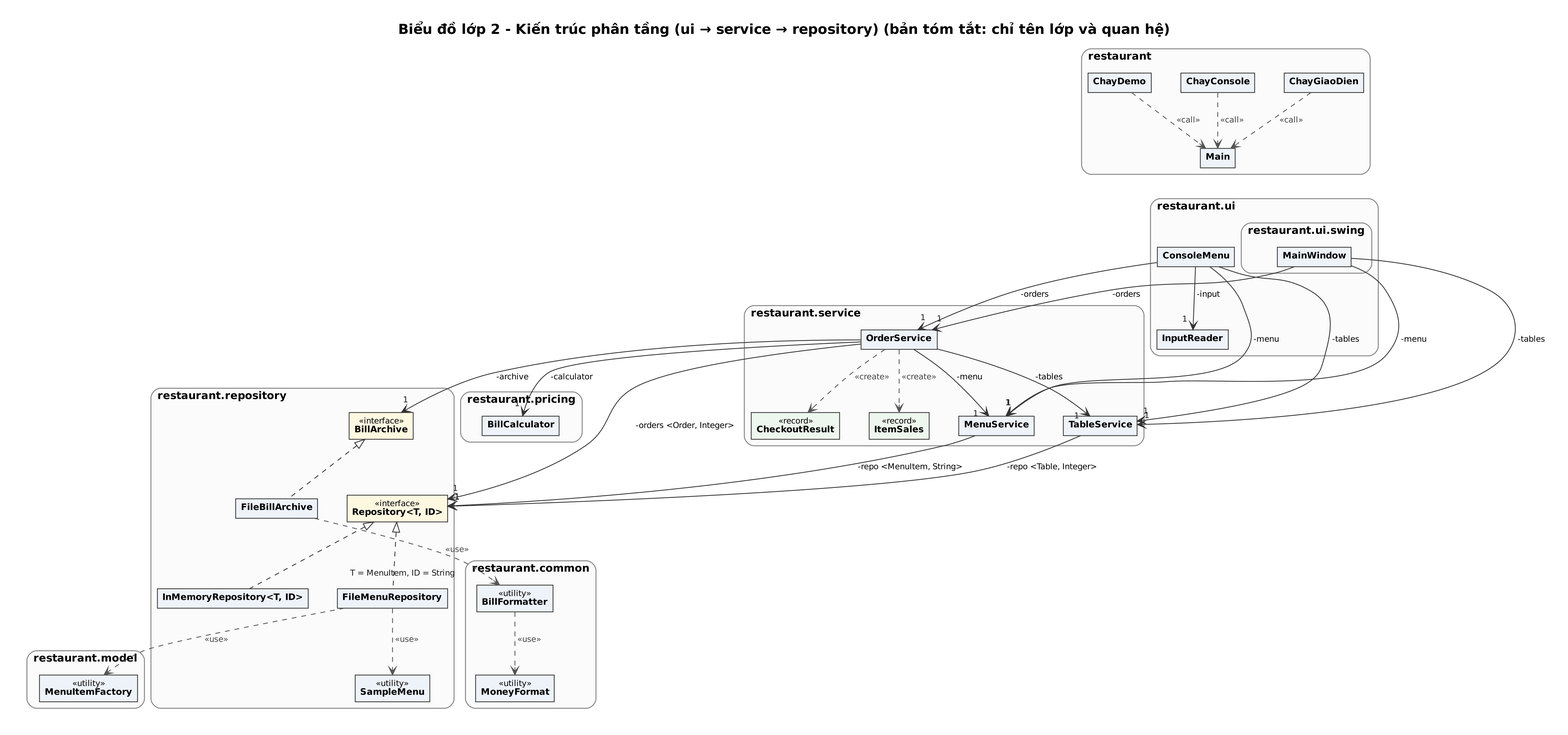
Before: docs/uml/2-lop-kien-truc-tom-tat.png, a diagram exported from Graphviz (ducanhdhtb06-hub/btl-oop-). Its source is kept beside it as docs/uml/2-lop-kien-truc-tom-tat.dot. The source it was exported from:
```dot
digraph UML {
  graph [fontname="DejaVu Sans", fontsize=17, label=<<B>Biểu đồ lớp 2 - Kiến trúc phân tầng (ui → service → repository) (bản tóm tắt: chỉ tên lớp và quan hệ)</B>>, labelloc=t, labeljust=c,
         rankdir=TB, nodesep=0.5, ranksep=0.8, newrank=true, pad=0.35, bgcolor=white];
  node [shape=plain, fontname="DejaVu Sans", fontsize=11];
  edge [fontname="DejaVu Sans", fontsize=10, color="#333333", arrowsize=0.95, labelfontsize=10, labelfontcolor="#1a1a1a"];
  subgraph cluster_pricing {
    label=<<B>restaurant.pricing</B>>; labeljust=l; fontsize=13; style="rounded"; color="#8a8a8a"; bgcolor="#fbfbfb"; penwidth=1.2;
    c_BillCalculator [label=<<TABLE BORDER="1" CELLBORDER="0" CELLSPACING="0" COLOR="#3a3a3a" BGCOLOR="#eef3fa"><TR><TD ALIGN="CENTER" CELLPADDING="5"><B>BillCalculator</B></TD></TR></TABLE>>];
  }
  subgraph cluster_repository {
    label=<<B>restaurant.repository</B>>; labeljust=l; fontsize=13; style="rounded"; color="#8a8a8a"; bgcolor="#fbfbfb"; penwidth=1.2;
    c_Repository [label=<<TABLE BORDER="1" CELLBORDER="0" CELLSPACING="0" COLOR="#3a3a3a" BGCOLOR="#fff8e1"><TR><TD ALIGN="CENTER" CELLPADDING="5"><FONT POINT-SIZE="10">«interface»</FONT><BR/><B>Repository&lt;T, ID&gt;</B></TD></TR></TABLE>>];
    c_InMemoryRepository [label=<<TABLE BORDER="1" CELLBORDER="0" CELLSPACING="0" COLOR="#3a3a3a" BGCOLOR="#eef3fa"><TR><TD ALIGN="CENTER" CELLPADDING="5"><B>InMemoryRepository&lt;T, ID&gt;</B></TD></TR></TABLE>>];
    c_FileMenuRepository [label=<<TABLE BORDER="1" CELLBORDER="0" CELLSPACING="0" COLOR="#3a3a3a" BGCOLOR="#eef3fa"><TR><TD ALIGN="CENTER" CELLPADDING="5"><B>FileMenuRepository</B></TD></TR></TABLE>>];
    c_SampleMenu [label=<<TABLE BORDER="1" CELLBORDER="0" CELLSPACING="0" COLOR="#3a3a3a" BGCOLOR="#eef3fa"><TR><TD ALIGN="CENTER" CELLPADDING="5"><FONT POINT-SIZE="10">«utility»</FONT><BR/><B>SampleMenu</B></TD></TR></TABLE>>];
    c_BillArchive [label=<<TABLE BORDER="1" CELLBORDER="0" CELLSPACING="0" COLOR="#3a3a3a" BGCOLOR="#fff8e1"><TR><TD ALIGN="CENTER" CELLPADDING="5"><FONT POINT-SIZE="10">«interface»</FONT><BR/><B>BillArchive</B></TD></TR></TABLE>>];
    c_FileBillArchive [label=<<TABLE BORDER="1" CELLBORDER="0" CELLSPACING="0" COLOR="#3a3a3a" BGCOLOR="#eef3fa"><TR><TD ALIGN="CENTER" CELLPADDING="5"><B>FileBillArchive</B></TD></TR></TABLE>>];
  }
  subgraph cluster_ui {
    label=<<B>restaurant.ui</B>>; labeljust=l; fontsize=13; style="rounded"; color="#8a8a8a"; bgcolor="#fbfbfb"; penwidth=1.2;
    c_ConsoleMenu [label=<<TABLE BORDER="1" CELLBORDER="0" CELLSPACING="0" COLOR="#3a3a3a" BGCOLOR="#eef3fa"><TR><TD ALIGN="CENTER" CELLPADDING="5"><B>ConsoleMenu</B></TD></TR></TABLE>>];
    c_InputReader [label=<<TABLE BORDER="1" CELLBORDER="0" CELLSPACING="0" COLOR="#3a3a3a" BGCOLOR="#eef3fa"><TR><TD ALIGN="CENTER" CELLPADDING="5"><B>InputReader</B></TD></TR></TABLE>>];
    subgraph cluster_ui_swing {
      label=<<B>restaurant.ui.swing</B>>; labeljust=l; fontsize=13; style="rounded"; color="#8a8a8a"; bgcolor="#fbfbfb"; penwidth=1.2;
      c_MainWindow [label=<<TABLE BORDER="1" CELLBORDER="0" CELLSPACING="0" COLOR="#3a3a3a" BGCOLOR="#eef3fa"><TR><TD ALIGN="CENTER" CELLPADDING="5"><B>MainWindow</B></TD></TR></TABLE>>];
    }
  }
  subgraph cluster_common {
    label=<<B>restaurant.common</B>>; labeljust=l; fontsize=13; style="rounded"; color="#8a8a8a"; bgcolor="#fbfbfb"; penwidth=1.2;
    c_BillFormatter [label=<<TABLE BORDER="1" CELLBORDER="0" CELLSPACING="0" COLOR="#3a3a3a" BGCOLOR="#eef3fa"><TR><TD ALIGN="CENTER" CELLPADDING="5"><FONT POINT-SIZE="10">«utility»</FONT><BR/><B>BillFormatter</B></TD></TR></TABLE>>];
    c_MoneyFormat [label=<<TABLE BORDER="1" CELLBORDER="0" CELLSPACING="0" COLOR="#3a3a3a" BGCOLOR="#eef3fa"><TR><TD ALIGN="CENTER" CELLPADDING="5"><FONT POINT-SIZE="10">«utility»</FONT><BR/><B>MoneyFormat</B></TD></TR></TABLE>>];
  }
  subgraph cluster_restaurant {
    label=<<B>restaurant</B>>; labeljust=l; fontsize=13; style="rounded"; color="#8a8a8a"; bgcolor="#fbfbfb"; penwidth=1.2;
    c_Main [label=<<TABLE BORDER="1" CELLBORDER="0" CELLSPACING="0" COLOR="#3a3a3a" BGCOLOR="#eef3fa"><TR><TD ALIGN="CENTER" CELLPADDING="5"><B>Main</B></TD></TR></TABLE>>];
    c_ChayGiaoDien [label=<<TABLE BORDER="1" CELLBORDER="0" CELLSPACING="0" COLOR="#3a3a3a" BGCOLOR="#eef3fa"><TR><TD ALIGN="CENTER" CELLPADDING="5"><B>ChayGiaoDien</B></TD></TR></TABLE>>];
    c_ChayConsole [label=<<TABLE BORDER="1" CELLBORDER="0" CELLSPACING="0" COLOR="#3a3a3a" BGCOLOR="#eef3fa"><TR><TD ALIGN="CENTER" CELLPADDING="5"><B>ChayConsole</B></TD></TR></TABLE>>];
    c_ChayDemo [label=<<TABLE BORDER="1" CELLBORDER="0" CELLSPACING="0" COLOR="#3a3a3a" BGCOLOR="#eef3fa"><TR><TD ALIGN="CENTER" CELLPADDING="5"><B>ChayDemo</B></TD></TR></TABLE>>];
  }
  subgraph cluster_service {
    label=<<B>restaurant.service</B>>; labeljust=l; fontsize=13; style="rounded"; color="#8a8a8a"; bgcolor="#fbfbfb"; penwidth=1.2;
    c_MenuService [label=<<TABLE BORDER="1" CELLBORDER="0" CELLSPACING="0" COLOR="#3a3a3a" BGCOLOR="#eef3fa"><TR><TD ALIGN="CENTER" CELLPADDING="5"><B>MenuService</B></TD></TR></TABLE>>];
    c_TableService [label=<<TABLE BORDER="1" CELLBORDER="0" CELLSPACING="0" COLOR="#3a3a3a" BGCOLOR="#eef3fa"><TR><TD ALIGN="CENTER" CELLPADDING="5"><B>TableService</B></TD></TR></TABLE>>];
    c_OrderService [label=<<TABLE BORDER="1" CELLBORDER="0" CELLSPACING="0" COLOR="#3a3a3a" BGCOLOR="#eef3fa"><TR><TD ALIGN="CENTER" CELLPADDING="5"><B>OrderService</B></TD></TR></TABLE>>];
    c_CheckoutResult [label=<<TABLE BORDER="1" CELLBORDER="0" CELLSPACING="0" COLOR="#3a3a3a" BGCOLOR="#eef7ee"><TR><TD ALIGN="CENTER" CELLPADDING="5"><FONT POINT-SIZE="10">«record»</FONT><BR/><B>CheckoutResult</B></TD></TR></TABLE>>];
    c_ItemSales [label=<<TABLE BORDER="1" CELLBORDER="0" CELLSPACING="0" COLOR="#3a3a3a" BGCOLOR="#eef7ee"><TR><TD ALIGN="CENTER" CELLPADDING="5"><FONT POINT-SIZE="10">«record»</FONT><BR/><B>ItemSales</B></TD></TR></TABLE>>];
  }
  subgraph cluster_model {
    label=<<B>restaurant.model</B>>; labeljust=l; fontsize=13; style="rounded"; color="#8a8a8a"; bgcolor="#fbfbfb"; penwidth=1.2;
    c_MenuItemFactory [label=<<TABLE BORDER="1" CELLBORDER="0" CELLSPACING="0" COLOR="#3a3a3a" BGCOLOR="#eef3fa"><TR><TD ALIGN="CENTER" CELLPADDING="5"><FONT POINT-SIZE="10">«utility»</FONT><BR/><B>MenuItemFactory</B></TD></TR></TABLE>>];
  }
  c_Main -> c_ConsoleMenu [style=invis];
  c_Main -> c_MainWindow [style=invis];
  { rank=same; c_ConsoleMenu c_MainWindow }
  c_ChayGiaoDien -> c_Main [style=dashed, arrowhead=vee, color="#555555", label=" «call» ", fontcolor="#444444"];
  c_ChayConsole -> c_Main [style=dashed, arrowhead=vee, color="#555555", label=" «call» ", fontcolor="#444444"];
  c_ChayDemo -> c_Main [style=dashed, arrowhead=vee, color="#555555", label=" «call» ", fontcolor="#444444"];
  c_ConsoleMenu -> c_InputReader [arrowhead=vee, label=" -input ", taillabel="  ", headlabel=" 1 ", labeldistance=1.6, labelangle=40];
  c_ConsoleMenu -> c_MenuService [arrowhead=vee, label=" -menu ", taillabel="  ", headlabel=" 1 ", labeldistance=1.6, labelangle=40];
  c_ConsoleMenu -> c_TableService [arrowhead=vee, label=" -tables ", taillabel="  ", headlabel=" 1 ", labeldistance=1.6, labelangle=40];
  c_ConsoleMenu -> c_OrderService [arrowhead=vee, label=" -orders ", taillabel="  ", headlabel=" 1 ", labeldistance=1.6, labelangle=40];
  c_MainWindow -> c_MenuService [arrowhead=vee, label=" -menu ", taillabel="  ", headlabel=" 1 ", labeldistance=1.6, labelangle=40];
  c_MainWindow -> c_TableService [arrowhead=vee, label=" -tables ", taillabel="  ", headlabel=" 1 ", labeldistance=1.6, labelangle=40];
  c_MainWindow -> c_OrderService [arrowhead=vee, label=" -orders ", taillabel="  ", headlabel=" 1 ", labeldistance=1.6, labelangle=40];
  c_OrderService -> c_TableService [arrowhead=vee, label=" -tables ", taillabel="  ", headlabel=" 1 ", labeldistance=1.6, labelangle=40];
  c_OrderService -> c_MenuService [arrowhead=vee, label=" -menu ", taillabel="  ", headlabel=" 1 ", labeldistance=1.6, labelangle=40];
  c_OrderService -> c_BillCalculator [arrowhead=vee, label=" -calculator ", taillabel="  ", headlabel=" 1 ", labeldistance=1.6, labelangle=40];
  c_OrderService -> c_BillArchive [arrowhead=vee, label=" -archive ", taillabel="  ", headlabel=" 1 ", labeldistance=1.6, labelangle=40];
  c_OrderService -> c_Repository [arrowhead=vee, label=" -orders <Order, Integer> ", taillabel="  ", headlabel=" 1 ", labeldistance=1.6, labelangle=40];
  c_MenuService -> c_Repository [arrowhead=vee, label=" -repo <MenuItem, String> ", taillabel="  ", headlabel=" 1 ", labeldistance=1.6, labelangle=40];
  c_TableService -> c_Repository [arrowhead=vee, label=" -repo <Table, Integer> ", taillabel="  ", headlabel=" 1 ", labeldistance=1.6, labelangle=40];
  c_OrderService -> c_CheckoutResult [style=dashed, arrowhead=vee, color="#555555", label=" «create» ", fontcolor="#444444"];
  c_OrderService -> c_ItemSales [style=dashed, arrowhead=vee, color="#555555", label=" «create» ", fontcolor="#444444"];
  c_Repository -> c_InMemoryRepository [dir=back, arrowtail=empty, style=dashed, arrowsize=1.25];
  c_Repository -> c_FileMenuRepository [dir=back, arrowtail=empty, style=dashed, arrowsize=1.25, headlabel=" T = MenuItem, ID = String ", labeldistance=2.2, labelangle=-30];
  c_BillArchive -> c_FileBillArchive [dir=back, arrowtail=empty, style=dashed, arrowsize=1.25];
  c_FileMenuRepository -> c_MenuItemFactory [style=dashed, arrowhead=vee, color="#555555", label=" «use» ", fontcolor="#444444"];
  c_FileMenuRepository -> c_SampleMenu [style=dashed, arrowhead=vee, color="#555555", label=" «use» ", fontcolor="#444444"];
  c_FileBillArchive -> c_BillFormatter [style=dashed, arrowhead=vee, color="#555555", label=" «use» ", fontcolor="#444444"];
  c_BillFormatter -> c_MoneyFormat [style=dashed, arrowhead=vee, color="#555555", label=" «use» ", fontcolor="#444444"];
}
```
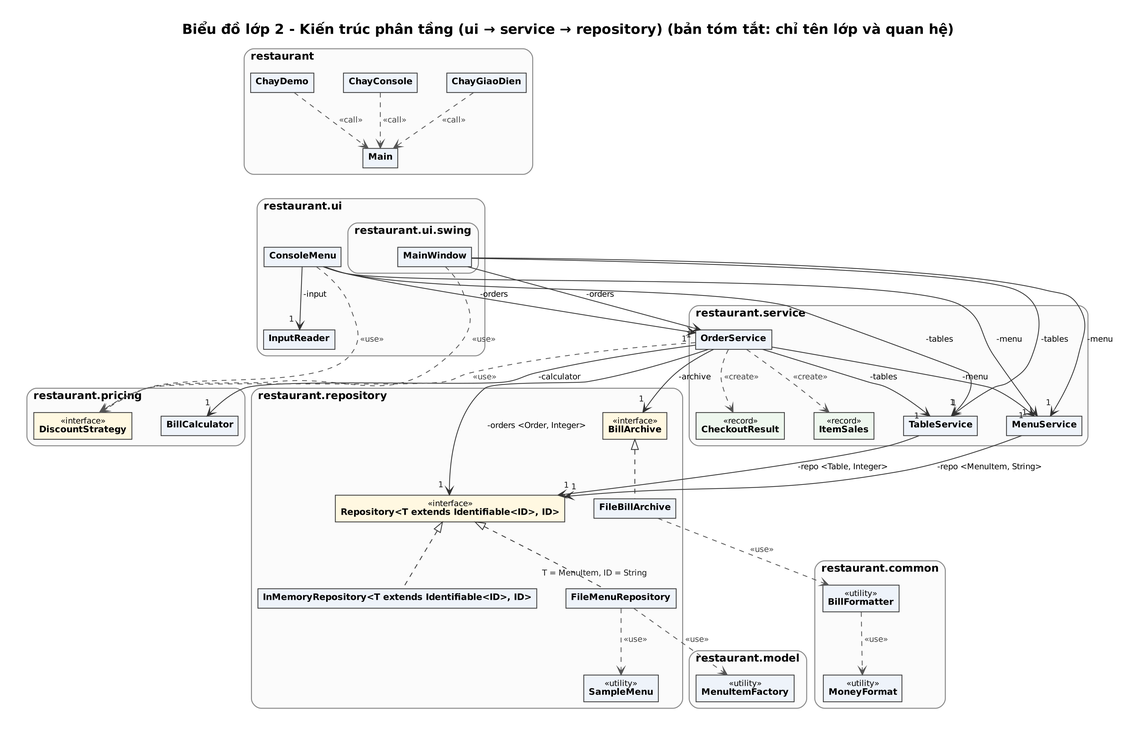
Later version of the same file.

Change to the diagram source:
```diff
@@ -3,19 +3,6 @@
          rankdir=TB, nodesep=0.5, ranksep=0.8, newrank=true, pad=0.35, bgcolor=white];
   node [shape=plain, fontname="DejaVu Sans", fontsize=11];
   edge [fontname="DejaVu Sans", fontsize=10, color="#333333", arrowsize=0.95, labelfontsize=10, labelfontcolor="#1a1a1a"];
-  subgraph cluster_pricing {
-    label=<<B>restaurant.pricing</B>>; labeljust=l; fontsize=13; style="rounded"; color="#8a8a8a"; bgcolor="#fbfbfb"; penwidth=1.2;
-    c_BillCalculator [label=<<TABLE BORDER="1" CELLBORDER="0" CELLSPACING="0" COLOR="#3a3a3a" BGCOLOR="#eef3fa"><TR><TD ALIGN="CENTER" CELLPADDING="5"><B>BillCalculator</B></TD></TR></TABLE>>];
-  }
-  subgraph cluster_repository {
-    label=<<B>restaurant.repository</B>>; labeljust=l; fontsize=13; style="rounded"; color="#8a8a8a"; bgcolor="#fbfbfb"; penwidth=1.2;
-    c_Repository [label=<<TABLE BORDER="1" CELLBORDER="0" CELLSPACING="0" COLOR="#3a3a3a" BGCOLOR="#fff8e1"><TR><TD ALIGN="CENTER" CELLPADDING="5"><FONT POINT-SIZE="10">«interface»</FONT><BR/><B>Repository&lt;T, ID&gt;</B></TD></TR></TABLE>>];
-    c_InMemoryRepository [label=<<TABLE BORDER="1" CELLBORDER="0" CELLSPACING="0" COLOR="#3a3a3a" BGCOLOR="#eef3fa"><TR><TD ALIGN="CENTER" CELLPADDING="5"><B>InMemoryRepository&lt;T, ID&gt;</B></TD></TR></TABLE>>];
-    c_FileMenuRepository [label=<<TABLE BORDER="1" CELLBORDER="0" CELLSPACING="0" COLOR="#3a3a3a" BGCOLOR="#eef3fa"><TR><TD ALIGN="CENTER" CELLPADDING="5"><B>FileMenuRepository</B></TD></TR></TABLE>>];
-    c_SampleMenu [label=<<TABLE BORDER="1" CELLBORDER="0" CELLSPACING="0" COLOR="#3a3a3a" BGCOLOR="#eef3fa"><TR><TD ALIGN="CENTER" CELLPADDING="5"><FONT POINT-SIZE="10">«utility»</FONT><BR/><B>SampleMenu</B></TD></TR></TABLE>>];
-    c_BillArchive [label=<<TABLE BORDER="1" CELLBORDER="0" CELLSPACING="0" COLOR="#3a3a3a" BGCOLOR="#fff8e1"><TR><TD ALIGN="CENTER" CELLPADDING="5"><FONT POINT-SIZE="10">«interface»</FONT><BR/><B>BillArchive</B></TD></TR></TABLE>>];
-    c_FileBillArchive [label=<<TABLE BORDER="1" CELLBORDER="0" CELLSPACING="0" COLOR="#3a3a3a" BGCOLOR="#eef3fa"><TR><TD ALIGN="CENTER" CELLPADDING="5"><B>FileBillArchive</B></TD></TR></TABLE>>];
-  }
   subgraph cluster_ui {
     label=<<B>restaurant.ui</B>>; labeljust=l; fontsize=13; style="rounded"; color="#8a8a8a"; bgcolor="#fbfbfb"; penwidth=1.2;
     c_ConsoleMenu [label=<<TABLE BORDER="1" CELLBORDER="0" CELLSPACING="0" COLOR="#3a3a3a" BGCOLOR="#eef3fa"><TR><TD ALIGN="CENTER" CELLPADDING="5"><B>ConsoleMenu</B></TD></TR></TABLE>>];
@@ -24,6 +11,28 @@
       label=<<B>restaurant.ui.swing</B>>; labeljust=l; fontsize=13; style="rounded"; color="#8a8a8a"; bgcolor="#fbfbfb"; penwidth=1.2;
       c_MainWindow [label=<<TABLE BORDER="1" CELLBORDER="0" CELLSPACING="0" COLOR="#3a3a3a" BGCOLOR="#eef3fa"><TR><TD ALIGN="CENTER" CELLPADDING="5"><B>MainWindow</B></TD></TR></TABLE>>];
     }
+  }
+  subgraph cluster_service {
+    label=<<B>restaurant.service</B>>; labeljust=l; fontsize=13; style="rounded"; color="#8a8a8a"; bgcolor="#fbfbfb"; penwidth=1.2;
+    c_MenuService [label=<<TABLE BORDER="1" CELLBORDER="0" CELLSPACING="0" COLOR="#3a3a3a" BGCOLOR="#eef3fa"><TR><TD ALIGN="CENTER" CELLPADDING="5"><B>MenuService</B></TD></TR></TABLE>>];
+    c_TableService [label=<<TABLE BORDER="1" CELLBORDER="0" CELLSPACING="0" COLOR="#3a3a3a" BGCOLOR="#eef3fa"><TR><TD ALIGN="CENTER" CELLPADDING="5"><B>TableService</B></TD></TR></TABLE>>];
+    c_OrderService [label=<<TABLE BORDER="1" CELLBORDER="0" CELLSPACING="0" COLOR="#3a3a3a" BGCOLOR="#eef3fa"><TR><TD ALIGN="CENTER" CELLPADDING="5"><B>OrderService</B></TD></TR></TABLE>>];
+    c_CheckoutResult [label=<<TABLE BORDER="1" CELLBORDER="0" CELLSPACING="0" COLOR="#3a3a3a" BGCOLOR="#eef7ee"><TR><TD ALIGN="CENTER" CELLPADDING="5"><FONT POINT-SIZE="10">«record»</FONT><BR/><B>CheckoutResult</B></TD></TR></TABLE>>];
+    c_ItemSales [label=<<TABLE BORDER="1" CELLBORDER="0" CELLSPACING="0" COLOR="#3a3a3a" BGCOLOR="#eef7ee"><TR><TD ALIGN="CENTER" CELLPADDING="5"><FONT POINT-SIZE="10">«record»</FONT><BR/><B>ItemSales</B></TD></TR></TABLE>>];
+  }
+  subgraph cluster_repository {
+    label=<<B>restaurant.repository</B>>; labeljust=l; fontsize=13; style="rounded"; color="#8a8a8a"; bgcolor="#fbfbfb"; penwidth=1.2;
+    c_Repository [label=<<TABLE BORDER="1" CELLBORDER="0" CELLSPACING="0" COLOR="#3a3a3a" BGCOLOR="#fff8e1"><TR><TD ALIGN="CENTER" CELLPADDING="5"><FONT POINT-SIZE="10">«interface»</FONT><BR/><B>Repository&lt;T extends Identifiable&lt;ID&gt;, ID&gt;</B></TD></TR></TABLE>>];
+    c_InMemoryRepository [label=<<TABLE BORDER="1" CELLBORDER="0" CELLSPACING="0" COLOR="#3a3a3a" BGCOLOR="#eef3fa"><TR><TD ALIGN="CENTER" CELLPADDING="5"><B>InMemoryRepository&lt;T extends Identifiable&lt;ID&gt;, ID&gt;</B></TD></TR></TABLE>>];
+    c_FileMenuRepository [label=<<TABLE BORDER="1" CELLBORDER="0" CELLSPACING="0" COLOR="#3a3a3a" BGCOLOR="#eef3fa"><TR><TD ALIGN="CENTER" CELLPADDING="5"><B>FileMenuRepository</B></TD></TR></TABLE>>];
+    c_SampleMenu [label=<<TABLE BORDER="1" CELLBORDER="0" CELLSPACING="0" COLOR="#3a3a3a" BGCOLOR="#eef3fa"><TR><TD ALIGN="CENTER" CELLPADDING="5"><FONT POINT-SIZE="10">«utility»</FONT><BR/><B>SampleMenu</B></TD></TR></TABLE>>];
+    c_BillArchive [label=<<TABLE BORDER="1" CELLBORDER="0" CELLSPACING="0" COLOR="#3a3a3a" BGCOLOR="#fff8e1"><TR><TD ALIGN="CENTER" CELLPADDING="5"><FONT POINT-SIZE="10">«interface»</FONT><BR/><B>BillArchive</B></TD></TR></TABLE>>];
+    c_FileBillArchive [label=<<TABLE BORDER="1" CELLBORDER="0" CELLSPACING="0" COLOR="#3a3a3a" BGCOLOR="#eef3fa"><TR><TD ALIGN="CENTER" CELLPADDING="5"><B>FileBillArchive</B></TD></TR></TABLE>>];
+  }
+  subgraph cluster_pricing {
+    label=<<B>restaurant.pricing</B>>; labeljust=l; fontsize=13; style="rounded"; color="#8a8a8a"; bgcolor="#fbfbfb"; penwidth=1.2;
+    c_BillCalculator [label=<<TABLE BORDER="1" CELLBORDER="0" CELLSPACING="0" COLOR="#3a3a3a" BGCOLOR="#eef3fa"><TR><TD ALIGN="CENTER" CELLPADDING="5"><B>BillCalculator</B></TD></TR></TABLE>>];
+    c_DiscountStrategy [label=<<TABLE BORDER="1" CELLBORDER="0" CELLSPACING="0" COLOR="#3a3a3a" BGCOLOR="#fff8e1"><TR><TD ALIGN="CENTER" CELLPADDING="5"><FONT POINT-SIZE="10">«interface»</FONT><BR/><B>DiscountStrategy</B></TD></TR></TABLE>>];
   }
   subgraph cluster_common {
     label=<<B>restaurant.common</B>>; labeljust=l; fontsize=13; style="rounded"; color="#8a8a8a"; bgcolor="#fbfbfb"; penwidth=1.2;
@@ -36,14 +45,6 @@
     c_ChayGiaoDien [label=<<TABLE BORDER="1" CELLBORDER="0" CELLSPACING="0" COLOR="#3a3a3a" BGCOLOR="#eef3fa"><TR><TD ALIGN="CENTER" CELLPADDING="5"><B>ChayGiaoDien</B></TD></TR></TABLE>>];
     c_ChayConsole [label=<<TABLE BORDER="1" CELLBORDER="0" CELLSPACING="0" COLOR="#3a3a3a" BGCOLOR="#eef3fa"><TR><TD ALIGN="CENTER" CELLPADDING="5"><B>ChayConsole</B></TD></TR></TABLE>>];
     c_ChayDemo [label=<<TABLE BORDER="1" CELLBORDER="0" CELLSPACING="0" COLOR="#3a3a3a" BGCOLOR="#eef3fa"><TR><TD ALIGN="CENTER" CELLPADDING="5"><B>ChayDemo</B></TD></TR></TABLE>>];
-  }
-  subgraph cluster_service {
-    label=<<B>restaurant.service</B>>; labeljust=l; fontsize=13; style="rounded"; color="#8a8a8a"; bgcolor="#fbfbfb"; penwidth=1.2;
-    c_MenuService [label=<<TABLE BORDER="1" CELLBORDER="0" CELLSPACING="0" COLOR="#3a3a3a" BGCOLOR="#eef3fa"><TR><TD ALIGN="CENTER" CELLPADDING="5"><B>MenuService</B></TD></TR></TABLE>>];
-    c_TableService [label=<<TABLE BORDER="1" CELLBORDER="0" CELLSPACING="0" COLOR="#3a3a3a" BGCOLOR="#eef3fa"><TR><TD ALIGN="CENTER" CELLPADDING="5"><B>TableService</B></TD></TR></TABLE>>];
-    c_OrderService [label=<<TABLE BORDER="1" CELLBORDER="0" CELLSPACING="0" COLOR="#3a3a3a" BGCOLOR="#eef3fa"><TR><TD ALIGN="CENTER" CELLPADDING="5"><B>OrderService</B></TD></TR></TABLE>>];
-    c_CheckoutResult [label=<<TABLE BORDER="1" CELLBORDER="0" CELLSPACING="0" COLOR="#3a3a3a" BGCOLOR="#eef7ee"><TR><TD ALIGN="CENTER" CELLPADDING="5"><FONT POINT-SIZE="10">«record»</FONT><BR/><B>CheckoutResult</B></TD></TR></TABLE>>];
-    c_ItemSales [label=<<TABLE BORDER="1" CELLBORDER="0" CELLSPACING="0" COLOR="#3a3a3a" BGCOLOR="#eef7ee"><TR><TD ALIGN="CENTER" CELLPADDING="5"><FONT POINT-SIZE="10">«record»</FONT><BR/><B>ItemSales</B></TD></TR></TABLE>>];
   }
   subgraph cluster_model {
     label=<<B>restaurant.model</B>>; labeljust=l; fontsize=13; style="rounded"; color="#8a8a8a"; bgcolor="#fbfbfb"; penwidth=1.2;
@@ -70,6 +71,9 @@
   c_MenuService -> c_Repository [arrowhead=vee, label=" -repo <MenuItem, String> ", taillabel="  ", headlabel=" 1 ", labeldistance=1.6, labelangle=40];
   c_TableService -> c_Repository [arrowhead=vee, label=" -repo <Table, Integer> ", taillabel="  ", headlabel=" 1 ", labeldistance=1.6, labelangle=40];
   c_OrderService -> c_CheckoutResult [style=dashed, arrowhead=vee, color="#555555", label=" «create» ", fontcolor="#444444"];
+  c_OrderService -> c_DiscountStrategy [style=dashed, arrowhead=vee, color="#555555", label=" «use» ", fontcolor="#444444"];
+  c_ConsoleMenu -> c_DiscountStrategy [style=dashed, arrowhead=vee, color="#555555", label=" «use» ", fontcolor="#444444"];
+  c_MainWindow -> c_DiscountStrategy [style=dashed, arrowhead=vee, color="#555555", label=" «use» ", fontcolor="#444444"];
   c_OrderService -> c_ItemSales [style=dashed, arrowhead=vee, color="#555555", label=" «create» ", fontcolor="#444444"];
   c_Repository -> c_InMemoryRepository [dir=back, arrowtail=empty, style=dashed, arrowsize=1.25];
   c_Repository -> c_FileMenuRepository [dir=back, arrowtail=empty, style=dashed, arrowsize=1.25, headlabel=" T = MenuItem, ID = String ", labeldistance=2.2, labelangle=-30];
```
